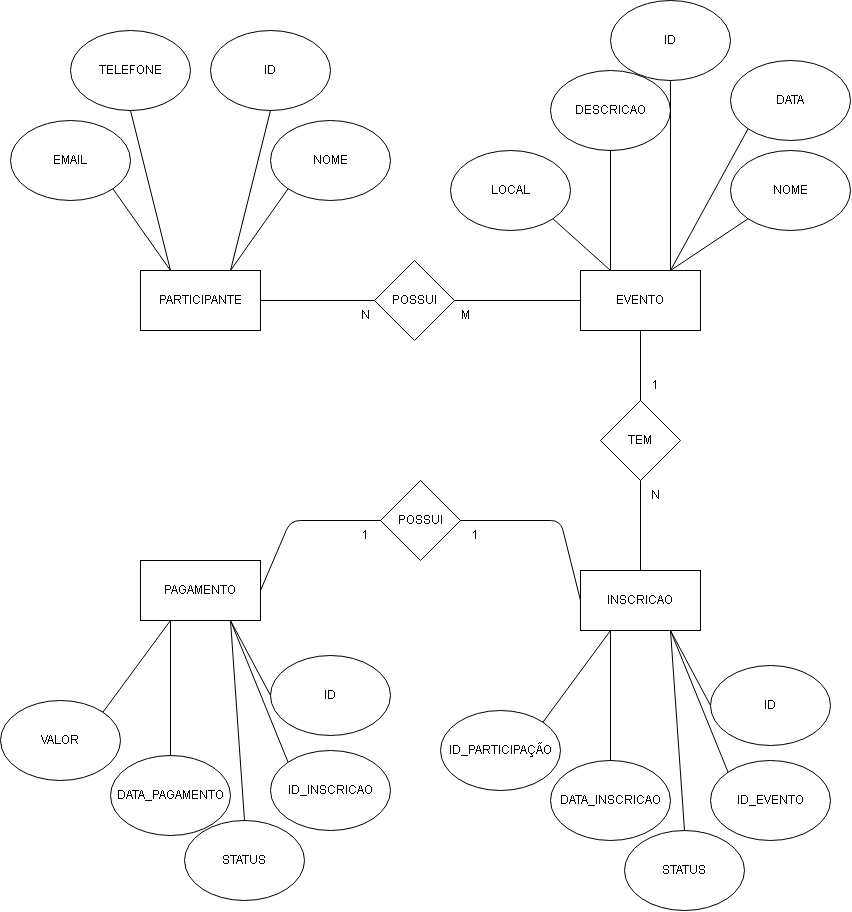
Before: atividade.png, a diagram exported from draw.io (rickkkkj/Sistemas_Banco_de_Dados). Source tidied: cells renumbered, new cells last; positions are measured from the earlier drawing's top-left corner, leaving out a move shared by most shapes.
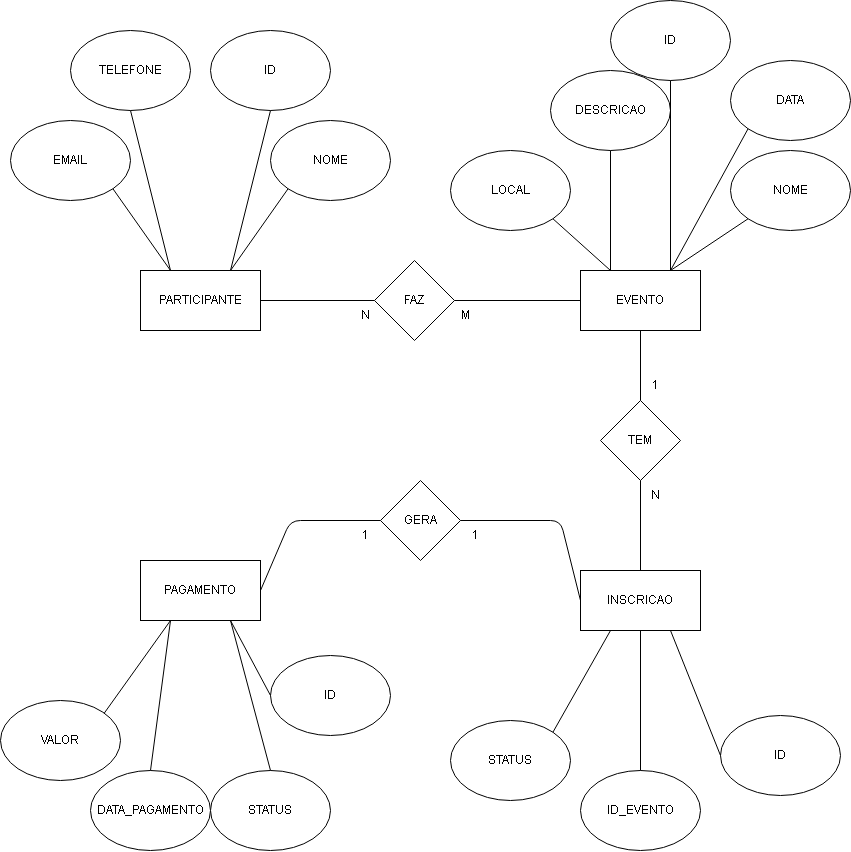
The same diagram one commit later.

Diff of the diagram source:
```diff
@@ -71,13 +71,10 @@
       <mxGeometry y="700" width="120" height="80" as="geometry" />
     </mxCell>
     <mxCell id="24" value="DATA_PAGAMENTO" style="ellipse;whiteSpace=wrap;html=1;" parent="1" vertex="1">
-      <mxGeometry x="110" y="755" width="120" height="80" as="geometry" />
+      <mxGeometry x="90" y="770" width="120" height="80" as="geometry" />
     </mxCell>
-    <mxCell id="25" value="ID_INSCRICAO" style="ellipse;whiteSpace=wrap;html=1;" parent="1" vertex="1">
-      <mxGeometry x="270" y="750" width="120" height="80" as="geometry" />
-    </mxCell>
     <mxCell id="26" value="STATUS" style="ellipse;whiteSpace=wrap;html=1;" parent="1" vertex="1">
-      <mxGeometry x="184" y="820" width="120" height="80" as="geometry" />
+      <mxGeometry x="210" y="770" width="120" height="80" as="geometry" />
     </mxCell>
     <mxCell id="27" style="endArrow=none;html=1;exitX=1;exitY=0;exitDx=0;exitDy=0;entryX=0.25;entryY=1;entryDx=0;entryDy=0;" parent="1" edge="1" source="23" target="22">
       <mxGeometry relative="1" as="geometry" />
@@ -88,9 +85,6 @@
     <mxCell id="29" style="endArrow=none;html=1;exitX=0.5;exitY=0;exitDx=0;exitDy=0;entryX=0.75;entryY=1;entryDx=0;entryDy=0;" parent="1" edge="1" source="26" target="22">
       <mxGeometry relative="1" as="geometry" />
     </mxCell>
-    <mxCell id="30" style="endArrow=none;html=1;exitX=0;exitY=0;exitDx=0;exitDy=0;entryX=0.75;entryY=1;entryDx=0;entryDy=0;" parent="1" edge="1" source="25" target="22">
-      <mxGeometry relative="1" as="geometry" />
-    </mxCell>
     <mxCell id="31" value="ID" style="ellipse;whiteSpace=wrap;html=1;" parent="1" vertex="1">
       <mxGeometry x="270" y="655" width="120" height="80" as="geometry" />
     </mxCell>
@@ -100,37 +94,25 @@
     <mxCell id="33" value="INSCRICAO" style="rounded=0;whiteSpace=wrap;html=1;" parent="1" vertex="1">
       <mxGeometry x="580" y="570" width="120" height="60" as="geometry" />
     </mxCell>
-    <mxCell id="34" value="ID_PARTICIPAÇÃO" style="ellipse;whiteSpace=wrap;html=1;" parent="1" vertex="1">
-      <mxGeometry x="440" y="710" width="120" height="80" as="geometry" />
-    </mxCell>
-    <mxCell id="35" value="DATA_INSCRICAO" style="ellipse;whiteSpace=wrap;html=1;" parent="1" vertex="1">
-      <mxGeometry x="550" y="760" width="120" height="80" as="geometry" />
-    </mxCell>
     <mxCell id="36" value="ID_EVENTO" style="ellipse;whiteSpace=wrap;html=1;" parent="1" vertex="1">
-      <mxGeometry x="710" y="760" width="120" height="80" as="geometry" />
+      <mxGeometry x="580" y="770" width="120" height="80" as="geometry" />
     </mxCell>
     <mxCell id="37" value="STATUS" style="ellipse;whiteSpace=wrap;html=1;" parent="1" vertex="1">
-      <mxGeometry x="624" y="830" width="120" height="80" as="geometry" />
+      <mxGeometry x="450" y="720" width="120" height="80" as="geometry" />
     </mxCell>
-    <mxCell id="38" style="endArrow=none;html=1;exitX=1;exitY=0;exitDx=0;exitDy=0;entryX=0.25;entryY=1;entryDx=0;entryDy=0;" parent="1" edge="1" source="34" target="33">
-      <mxGeometry relative="1" as="geometry" />
-    </mxCell>
-    <mxCell id="39" style="endArrow=none;html=1;exitX=0.5;exitY=0;exitDx=0;exitDy=0;entryX=0.25;entryY=1;entryDx=0;entryDy=0;" parent="1" edge="1" source="35" target="33">
-      <mxGeometry relative="1" as="geometry" />
-    </mxCell>
-    <mxCell id="40" style="endArrow=none;html=1;exitX=0.5;exitY=0;exitDx=0;exitDy=0;entryX=0.75;entryY=1;entryDx=0;entryDy=0;" parent="1" edge="1" source="37" target="33">
+    <mxCell id="40" style="endArrow=none;html=1;exitX=1;exitY=0;exitDx=0;exitDy=0;entryX=0.25;entryY=1;entryDx=0;entryDy=0;" parent="1" edge="1" source="37" target="33">
       <mxGeometry relative="1" as="geometry" />
     </mxCell>
-    <mxCell id="41" style="endArrow=none;html=1;exitX=0;exitY=0;exitDx=0;exitDy=0;entryX=0.75;entryY=1;entryDx=0;entryDy=0;" parent="1" edge="1" source="36" target="33">
+    <mxCell id="41" style="endArrow=none;html=1;exitX=0.5;exitY=0;exitDx=0;exitDy=0;entryX=0.5;entryY=1;entryDx=0;entryDy=0;" parent="1" edge="1" source="36" target="33">
       <mxGeometry relative="1" as="geometry" />
     </mxCell>
     <mxCell id="42" value="ID" style="ellipse;whiteSpace=wrap;html=1;" parent="1" vertex="1">
-      <mxGeometry x="710" y="665" width="120" height="80" as="geometry" />
+      <mxGeometry x="720" y="715" width="120" height="80" as="geometry" />
     </mxCell>
     <mxCell id="43" style="endArrow=none;html=1;exitX=0;exitY=0.5;exitDx=0;exitDy=0;entryX=0.75;entryY=1;entryDx=0;entryDy=0;" parent="1" edge="1" source="42" target="33">
       <mxGeometry relative="1" as="geometry" />
     </mxCell>
-    <mxCell id="44" value="POSSUI" style="rhombus;whiteSpace=wrap;html=1;" parent="1" vertex="1">
+    <mxCell id="44" value="GERA" style="rhombus;whiteSpace=wrap;html=1;" parent="1" vertex="1">
       <mxGeometry x="380" y="480" width="80" height="80" as="geometry" />
     </mxCell>
     <mxCell id="45" style="endArrow=none;html=1;entryX=0;entryY=0.5;entryDx=0;entryDy=0;exitX=1;exitY=0.5;exitDx=0;exitDy=0;" parent="1" edge="1" source="22" target="44">
@@ -168,7 +150,7 @@
     <mxCell id="53" value="N" style="text;html=1;align=center;verticalAlign=middle;strokeColor=none;fillColor=none;" parent="1" vertex="1">
       <mxGeometry x="640" y="480" width="30" height="30" as="geometry" />
     </mxCell>
-    <mxCell id="54" value="POSSUI" style="rhombus;whiteSpace=wrap;html=1;" parent="1" vertex="1">
+    <mxCell id="54" value="FAZ" style="rhombus;whiteSpace=wrap;html=1;" parent="1" vertex="1">
       <mxGeometry x="374" y="260" width="80" height="80" as="geometry" />
     </mxCell>
     <mxCell id="55" style="endArrow=none;html=1;entryX=1;entryY=0.5;entryDx=0;entryDy=0;exitX=0;exitY=0.5;exitDx=0;exitDy=0;" parent="1" edge="1" source="11" target="54">
```
